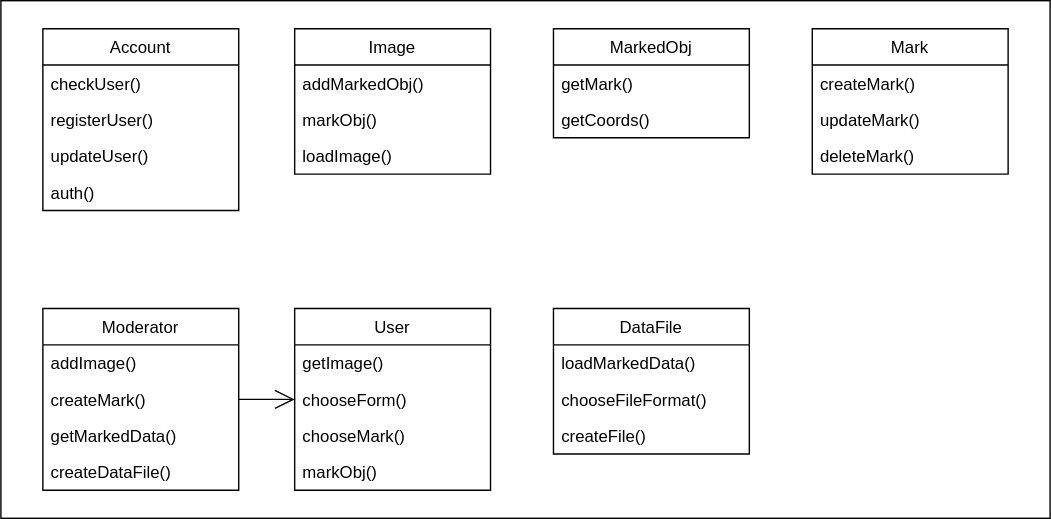
Earlier version of the draw.io export imgs/uml_bl.svg (SweetBloody/bmstu_ppo). Source tidied: cells renumbered, new cells last; positions are measured from the earlier drawing's top-left corner, leaving out a move shared by most shapes. Source of this version:
```xml
<mxGraphModel>
  <root>
    <mxCell id="0" />
    <mxCell id="1" parent="0" />
    <mxCell id="2" style="rounded=0;whiteSpace=wrap;html=1;" parent="1" vertex="1">
      <mxGeometry width="750" height="370" as="geometry" />
    </mxCell>
    <mxCell id="3" value="Account" style="swimlane;fontStyle=0;horizontal=1;startSize=26;fillColor=none;" parent="1" vertex="1">
      <mxGeometry x="30" y="20" width="140" height="130" as="geometry" />
    </mxCell>
    <mxCell id="4" value="checkUser()" style="text;strokeColor=none;fillColor=none;align=left;verticalAlign=top;spacingLeft=4;spacingRight=4;overflow=hidden;" parent="3" vertex="1">
      <mxGeometry y="26" width="140" height="26" as="geometry" />
    </mxCell>
    <mxCell id="5" value="registerUser()" style="text;strokeColor=none;fillColor=none;align=left;verticalAlign=top;spacingLeft=4;spacingRight=4;overflow=hidden;" parent="3" vertex="1">
      <mxGeometry y="52" width="140" height="26" as="geometry" />
    </mxCell>
    <mxCell id="6" value="updateUser()" style="text;strokeColor=none;fillColor=none;align=left;verticalAlign=top;spacingLeft=4;spacingRight=4;overflow=hidden;" parent="3" vertex="1">
      <mxGeometry y="78" width="140" height="26" as="geometry" />
    </mxCell>
    <mxCell id="7" value="auth()" style="text;strokeColor=none;fillColor=none;align=left;verticalAlign=top;spacingLeft=4;spacingRight=4;overflow=hidden;" parent="3" vertex="1">
      <mxGeometry y="104" width="140" height="26" as="geometry" />
    </mxCell>
    <mxCell id="8" value="Moderator" style="swimlane;fontStyle=0;horizontal=1;startSize=26;fillColor=none;" parent="1" vertex="1">
      <mxGeometry x="30" y="220" width="140" height="130" as="geometry" />
    </mxCell>
    <mxCell id="9" value="addImage()" style="text;strokeColor=none;fillColor=none;align=left;verticalAlign=top;spacingLeft=4;spacingRight=4;overflow=hidden;" parent="8" vertex="1">
      <mxGeometry y="26" width="140" height="26" as="geometry" />
    </mxCell>
    <mxCell id="10" value="createMark()" style="text;strokeColor=none;fillColor=none;align=left;verticalAlign=top;spacingLeft=4;spacingRight=4;overflow=hidden;points=[[0,0.5],[1,0.5]];portConstraint=eastwest;" parent="8" vertex="1">
      <mxGeometry y="52" width="140" height="26" as="geometry" />
    </mxCell>
    <mxCell id="11" value="getMarkedData()" style="text;strokeColor=none;fillColor=none;align=left;verticalAlign=top;spacingLeft=4;spacingRight=4;overflow=hidden;" parent="8" vertex="1">
      <mxGeometry y="78" width="140" height="26" as="geometry" />
    </mxCell>
    <mxCell id="12" value="createDataFile()" style="text;strokeColor=none;fillColor=none;align=left;verticalAlign=top;spacingLeft=4;spacingRight=4;overflow=hidden;" parent="8" vertex="1">
      <mxGeometry y="104" width="140" height="26" as="geometry" />
    </mxCell>
    <mxCell id="13" value="User" style="swimlane;fontStyle=0;horizontal=1;startSize=26;fillColor=none;" parent="1" vertex="1">
      <mxGeometry x="210" y="220" width="140" height="130" as="geometry" />
    </mxCell>
    <mxCell id="14" value="getImage()" style="text;strokeColor=none;fillColor=none;align=left;verticalAlign=top;spacingLeft=4;spacingRight=4;overflow=hidden;" parent="13" vertex="1">
      <mxGeometry y="26" width="140" height="26" as="geometry" />
    </mxCell>
    <mxCell id="15" value="chooseForm()" style="text;strokeColor=none;fillColor=none;align=left;verticalAlign=top;spacingLeft=4;spacingRight=4;overflow=hidden;points=[[0,0.5],[1,0.5]];portConstraint=eastwest;" parent="13" vertex="1">
      <mxGeometry y="52" width="140" height="26" as="geometry" />
    </mxCell>
    <mxCell id="16" value="chooseMark()" style="text;strokeColor=none;fillColor=none;align=left;verticalAlign=top;spacingLeft=4;spacingRight=4;overflow=hidden;" parent="13" vertex="1">
      <mxGeometry y="78" width="140" height="26" as="geometry" />
    </mxCell>
    <mxCell id="17" value="markObj()" style="text;strokeColor=none;fillColor=none;align=left;verticalAlign=top;spacingLeft=4;spacingRight=4;overflow=hidden;" parent="13" vertex="1">
      <mxGeometry y="104" width="140" height="26" as="geometry" />
    </mxCell>
    <mxCell id="18" style="endArrow=open;endFill=1;endSize=12;html=1;rounded=0;exitX=1;exitY=0.5;exitDx=0;exitDy=0;entryX=0;entryY=0.5;entryDx=0;entryDy=0;" parent="1" edge="1" source="10" target="15">
      <mxGeometry relative="1" as="geometry" />
    </mxCell>
    <mxCell id="19" value="Image" style="swimlane;fontStyle=0;horizontal=1;startSize=26;fillColor=none;" parent="1" vertex="1">
      <mxGeometry x="210" y="20" width="140" height="104" as="geometry" />
    </mxCell>
    <mxCell id="20" value="addMarkedObj()" style="text;strokeColor=none;fillColor=none;align=left;verticalAlign=top;spacingLeft=4;spacingRight=4;overflow=hidden;" parent="19" vertex="1">
      <mxGeometry y="26" width="140" height="26" as="geometry" />
    </mxCell>
    <mxCell id="21" value="markObj()" style="text;strokeColor=none;fillColor=none;align=left;verticalAlign=top;spacingLeft=4;spacingRight=4;overflow=hidden;" parent="19" vertex="1">
      <mxGeometry y="52" width="140" height="26" as="geometry" />
    </mxCell>
    <mxCell id="22" value="loadImage()" style="text;strokeColor=none;fillColor=none;align=left;verticalAlign=top;spacingLeft=4;spacingRight=4;overflow=hidden;" parent="19" vertex="1">
      <mxGeometry y="78" width="140" height="26" as="geometry" />
    </mxCell>
    <mxCell id="23" value="MarkedObj" style="swimlane;fontStyle=0;horizontal=1;startSize=26;fillColor=none;" parent="1" vertex="1">
      <mxGeometry x="395" y="20" width="140" height="78" as="geometry" />
    </mxCell>
    <mxCell id="24" value="getMark()" style="text;strokeColor=none;fillColor=none;align=left;verticalAlign=top;spacingLeft=4;spacingRight=4;overflow=hidden;" parent="23" vertex="1">
      <mxGeometry y="26" width="140" height="26" as="geometry" />
    </mxCell>
    <mxCell id="25" value="getCoords()" style="text;strokeColor=none;fillColor=none;align=left;verticalAlign=top;spacingLeft=4;spacingRight=4;overflow=hidden;" parent="23" vertex="1">
      <mxGeometry y="52" width="140" height="26" as="geometry" />
    </mxCell>
    <mxCell id="26" value="DataFile" style="swimlane;fontStyle=0;horizontal=1;startSize=26;fillColor=none;" parent="1" vertex="1">
      <mxGeometry x="395" y="220" width="140" height="104" as="geometry" />
    </mxCell>
    <mxCell id="27" value="loadMarkedData()" style="text;strokeColor=none;fillColor=none;align=left;verticalAlign=top;spacingLeft=4;spacingRight=4;overflow=hidden;" parent="26" vertex="1">
      <mxGeometry y="26" width="140" height="26" as="geometry" />
    </mxCell>
    <mxCell id="28" value="chooseFileFormat()" style="text;strokeColor=none;fillColor=none;align=left;verticalAlign=top;spacingLeft=4;spacingRight=4;overflow=hidden;" parent="26" vertex="1">
      <mxGeometry y="52" width="140" height="26" as="geometry" />
    </mxCell>
    <mxCell id="29" value="createFile()" style="text;strokeColor=none;fillColor=none;align=left;verticalAlign=top;spacingLeft=4;spacingRight=4;overflow=hidden;" parent="26" vertex="1">
      <mxGeometry y="78" width="140" height="26" as="geometry" />
    </mxCell>
    <mxCell id="30" value="Mark" style="swimlane;fontStyle=0;horizontal=1;startSize=26;fillColor=none;" parent="1" vertex="1">
      <mxGeometry x="580" y="20" width="140" height="104" as="geometry" />
    </mxCell>
    <mxCell id="31" value="createMark()" style="text;strokeColor=none;fillColor=none;align=left;verticalAlign=top;spacingLeft=4;spacingRight=4;overflow=hidden;" parent="30" vertex="1">
      <mxGeometry y="26" width="140" height="26" as="geometry" />
    </mxCell>
    <mxCell id="32" value="updateMark()" style="text;strokeColor=none;fillColor=none;align=left;verticalAlign=top;spacingLeft=4;spacingRight=4;overflow=hidden;" parent="30" vertex="1">
      <mxGeometry y="52" width="140" height="26" as="geometry" />
    </mxCell>
    <mxCell id="33" value="deleteMark()" style="text;strokeColor=none;fillColor=none;align=left;verticalAlign=top;spacingLeft=4;spacingRight=4;overflow=hidden;" parent="30" vertex="1">
      <mxGeometry y="78" width="140" height="26" as="geometry" />
    </mxCell>
  </root>
</mxGraphModel>
```
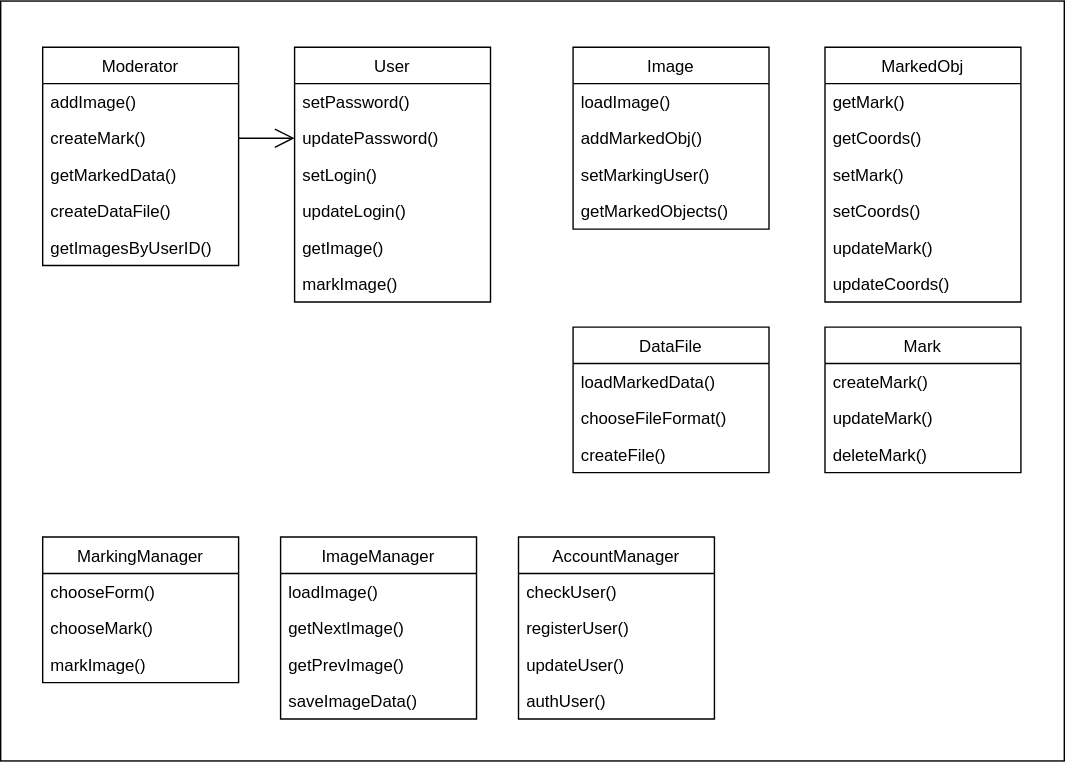
After the change.

What changed in the source:
```diff
@@ -3,10 +3,10 @@
     <mxCell id="0" />
     <mxCell id="1" parent="0" />
     <mxCell id="2" style="rounded=0;whiteSpace=wrap;html=1;" parent="1" vertex="1">
-      <mxGeometry width="750" height="370" as="geometry" />
+      <mxGeometry x="10" y="-53" width="760" height="543" as="geometry" />
     </mxCell>
-    <mxCell id="3" value="Account" style="swimlane;fontStyle=0;horizontal=1;startSize=26;fillColor=none;" parent="1" vertex="1">
-      <mxGeometry x="30" y="20" width="140" height="130" as="geometry" />
+    <mxCell id="3" value="AccountManager" style="swimlane;fontStyle=0;horizontal=1;startSize=26;fillColor=none;" parent="1" vertex="1">
+      <mxGeometry x="380" y="330" width="140" height="130" as="geometry" />
     </mxCell>
     <mxCell id="4" value="checkUser()" style="text;strokeColor=none;fillColor=none;align=left;verticalAlign=top;spacingLeft=4;spacingRight=4;overflow=hidden;" parent="3" vertex="1">
       <mxGeometry y="26" width="140" height="26" as="geometry" />
@@ -17,11 +17,11 @@
     <mxCell id="6" value="updateUser()" style="text;strokeColor=none;fillColor=none;align=left;verticalAlign=top;spacingLeft=4;spacingRight=4;overflow=hidden;" parent="3" vertex="1">
       <mxGeometry y="78" width="140" height="26" as="geometry" />
     </mxCell>
-    <mxCell id="7" value="auth()" style="text;strokeColor=none;fillColor=none;align=left;verticalAlign=top;spacingLeft=4;spacingRight=4;overflow=hidden;" parent="3" vertex="1">
+    <mxCell id="7" value="authUser()" style="text;strokeColor=none;fillColor=none;align=left;verticalAlign=top;spacingLeft=4;spacingRight=4;overflow=hidden;" parent="3" vertex="1">
       <mxGeometry y="104" width="140" height="26" as="geometry" />
     </mxCell>
     <mxCell id="8" value="Moderator" style="swimlane;fontStyle=0;horizontal=1;startSize=26;fillColor=none;" parent="1" vertex="1">
-      <mxGeometry x="30" y="220" width="140" height="130" as="geometry" />
+      <mxGeometry x="40" y="-20" width="140" height="156" as="geometry" />
     </mxCell>
     <mxCell id="9" value="addImage()" style="text;strokeColor=none;fillColor=none;align=left;verticalAlign=top;spacingLeft=4;spacingRight=4;overflow=hidden;" parent="8" vertex="1">
       <mxGeometry y="26" width="140" height="26" as="geometry" />
@@ -35,38 +35,50 @@
     <mxCell id="12" value="createDataFile()" style="text;strokeColor=none;fillColor=none;align=left;verticalAlign=top;spacingLeft=4;spacingRight=4;overflow=hidden;" parent="8" vertex="1">
       <mxGeometry y="104" width="140" height="26" as="geometry" />
     </mxCell>
+    <mxCell id="34" value="getImagesByUserID()" style="text;strokeColor=none;fillColor=none;align=left;verticalAlign=top;spacingLeft=4;spacingRight=4;overflow=hidden;" parent="8" vertex="1">
+      <mxGeometry y="130" width="140" height="26" as="geometry" />
+    </mxCell>
     <mxCell id="13" value="User" style="swimlane;fontStyle=0;horizontal=1;startSize=26;fillColor=none;" parent="1" vertex="1">
-      <mxGeometry x="210" y="220" width="140" height="130" as="geometry" />
+      <mxGeometry x="220" y="-20" width="140" height="182" as="geometry" />
     </mxCell>
+    <mxCell id="35" value="setPassword()" style="text;strokeColor=none;fillColor=none;align=left;verticalAlign=top;spacingLeft=4;spacingRight=4;overflow=hidden;" parent="13" vertex="1">
+      <mxGeometry y="26" width="140" height="26" as="geometry" />
+    </mxCell>
+    <mxCell id="36" value="updatePassword()" style="text;strokeColor=none;fillColor=none;align=left;verticalAlign=top;spacingLeft=4;spacingRight=4;overflow=hidden;points=[[0,0.5],[1,0.5]];portConstraint=eastwest;" parent="13" vertex="1">
+      <mxGeometry y="52" width="140" height="26" as="geometry" />
+    </mxCell>
+    <mxCell id="37" value="setLogin()" style="text;strokeColor=none;fillColor=none;align=left;verticalAlign=top;spacingLeft=4;spacingRight=4;overflow=hidden;" parent="13" vertex="1">
+      <mxGeometry y="78" width="140" height="26" as="geometry" />
+    </mxCell>
+    <mxCell id="38" value="updateLogin()" style="text;strokeColor=none;fillColor=none;align=left;verticalAlign=top;spacingLeft=4;spacingRight=4;overflow=hidden;" parent="13" vertex="1">
+      <mxGeometry y="104" width="140" height="26" as="geometry" />
+    </mxCell>
     <mxCell id="14" value="getImage()" style="text;strokeColor=none;fillColor=none;align=left;verticalAlign=top;spacingLeft=4;spacingRight=4;overflow=hidden;" parent="13" vertex="1">
-      <mxGeometry y="26" width="140" height="26" as="geometry" />
+      <mxGeometry y="130" width="140" height="26" as="geometry" />
     </mxCell>
-    <mxCell id="15" value="chooseForm()" style="text;strokeColor=none;fillColor=none;align=left;verticalAlign=top;spacingLeft=4;spacingRight=4;overflow=hidden;points=[[0,0.5],[1,0.5]];portConstraint=eastwest;" parent="13" vertex="1">
-      <mxGeometry y="52" width="140" height="26" as="geometry" />
+    <mxCell id="15" value="markImage()" style="text;strokeColor=none;fillColor=none;align=left;verticalAlign=top;spacingLeft=4;spacingRight=4;overflow=hidden;points=[[0,0.5],[1,0.5]];portConstraint=eastwest;" parent="13" vertex="1">
+      <mxGeometry y="156" width="140" height="26" as="geometry" />
     </mxCell>
-    <mxCell id="16" value="chooseMark()" style="text;strokeColor=none;fillColor=none;align=left;verticalAlign=top;spacingLeft=4;spacingRight=4;overflow=hidden;" parent="13" vertex="1">
-      <mxGeometry y="78" width="140" height="26" as="geometry" />
-    </mxCell>
-    <mxCell id="17" value="markObj()" style="text;strokeColor=none;fillColor=none;align=left;verticalAlign=top;spacingLeft=4;spacingRight=4;overflow=hidden;" parent="13" vertex="1">
-      <mxGeometry y="104" width="140" height="26" as="geometry" />
-    </mxCell>
-    <mxCell id="18" style="endArrow=open;endFill=1;endSize=12;html=1;rounded=0;exitX=1;exitY=0.5;exitDx=0;exitDy=0;entryX=0;entryY=0.5;entryDx=0;entryDy=0;" parent="1" edge="1" source="10" target="15">
+    <mxCell id="18" style="endArrow=open;endFill=1;endSize=12;html=1;rounded=0;exitX=1;exitY=0.5;exitDx=0;exitDy=0;entryX=0;entryY=0.5;entryDx=0;entryDy=0;" parent="1" edge="1" source="10" target="36">
       <mxGeometry relative="1" as="geometry" />
     </mxCell>
     <mxCell id="19" value="Image" style="swimlane;fontStyle=0;horizontal=1;startSize=26;fillColor=none;" parent="1" vertex="1">
-      <mxGeometry x="210" y="20" width="140" height="104" as="geometry" />
+      <mxGeometry x="419" y="-20" width="140" height="130" as="geometry" />
     </mxCell>
+    <mxCell id="39" value="loadImage()" style="text;strokeColor=none;fillColor=none;align=left;verticalAlign=top;spacingLeft=4;spacingRight=4;overflow=hidden;" parent="19" vertex="1">
+      <mxGeometry y="26" width="140" height="26" as="geometry" />
+    </mxCell>
     <mxCell id="20" value="addMarkedObj()" style="text;strokeColor=none;fillColor=none;align=left;verticalAlign=top;spacingLeft=4;spacingRight=4;overflow=hidden;" parent="19" vertex="1">
-      <mxGeometry y="26" width="140" height="26" as="geometry" />
+      <mxGeometry y="52" width="140" height="26" as="geometry" />
     </mxCell>
-    <mxCell id="21" value="markObj()" style="text;strokeColor=none;fillColor=none;align=left;verticalAlign=top;spacingLeft=4;spacingRight=4;overflow=hidden;" parent="19" vertex="1">
-      <mxGeometry y="52" width="140" height="26" as="geometry" />
-    </mxCell>
-    <mxCell id="22" value="loadImage()" style="text;strokeColor=none;fillColor=none;align=left;verticalAlign=top;spacingLeft=4;spacingRight=4;overflow=hidden;" parent="19" vertex="1">
+    <mxCell id="22" value="setMarkingUser()" style="text;strokeColor=none;fillColor=none;align=left;verticalAlign=top;spacingLeft=4;spacingRight=4;overflow=hidden;" parent="19" vertex="1">
       <mxGeometry y="78" width="140" height="26" as="geometry" />
     </mxCell>
+    <mxCell id="40" value="getMarkedObjects()" style="text;strokeColor=none;fillColor=none;align=left;verticalAlign=top;spacingLeft=4;spacingRight=4;overflow=hidden;" parent="19" vertex="1">
+      <mxGeometry y="104" width="140" height="26" as="geometry" />
+    </mxCell>
     <mxCell id="23" value="MarkedObj" style="swimlane;fontStyle=0;horizontal=1;startSize=26;fillColor=none;" parent="1" vertex="1">
-      <mxGeometry x="395" y="20" width="140" height="78" as="geometry" />
+      <mxGeometry x="599" y="-20" width="140" height="182" as="geometry" />
     </mxCell>
     <mxCell id="24" value="getMark()" style="text;strokeColor=none;fillColor=none;align=left;verticalAlign=top;spacingLeft=4;spacingRight=4;overflow=hidden;" parent="23" vertex="1">
       <mxGeometry y="26" width="140" height="26" as="geometry" />
@@ -74,8 +86,20 @@
     <mxCell id="25" value="getCoords()" style="text;strokeColor=none;fillColor=none;align=left;verticalAlign=top;spacingLeft=4;spacingRight=4;overflow=hidden;" parent="23" vertex="1">
       <mxGeometry y="52" width="140" height="26" as="geometry" />
     </mxCell>
+    <mxCell id="41" value="setMark()" style="text;strokeColor=none;fillColor=none;align=left;verticalAlign=top;spacingLeft=4;spacingRight=4;overflow=hidden;" parent="23" vertex="1">
+      <mxGeometry y="78" width="140" height="26" as="geometry" />
+    </mxCell>
+    <mxCell id="42" value="setCoords()" style="text;strokeColor=none;fillColor=none;align=left;verticalAlign=top;spacingLeft=4;spacingRight=4;overflow=hidden;" parent="23" vertex="1">
+      <mxGeometry y="104" width="140" height="26" as="geometry" />
+    </mxCell>
+    <mxCell id="43" value="updateMark()" style="text;strokeColor=none;fillColor=none;align=left;verticalAlign=top;spacingLeft=4;spacingRight=4;overflow=hidden;" parent="23" vertex="1">
+      <mxGeometry y="130" width="140" height="26" as="geometry" />
+    </mxCell>
+    <mxCell id="44" value="updateCoords()" style="text;strokeColor=none;fillColor=none;align=left;verticalAlign=top;spacingLeft=4;spacingRight=4;overflow=hidden;" parent="23" vertex="1">
+      <mxGeometry y="156" width="140" height="26" as="geometry" />
+    </mxCell>
     <mxCell id="26" value="DataFile" style="swimlane;fontStyle=0;horizontal=1;startSize=26;fillColor=none;" parent="1" vertex="1">
-      <mxGeometry x="395" y="220" width="140" height="104" as="geometry" />
+      <mxGeometry x="419" y="180" width="140" height="104" as="geometry" />
     </mxCell>
     <mxCell id="27" value="loadMarkedData()" style="text;strokeColor=none;fillColor=none;align=left;verticalAlign=top;spacingLeft=4;spacingRight=4;overflow=hidden;" parent="26" vertex="1">
       <mxGeometry y="26" width="140" height="26" as="geometry" />
@@ -87,7 +111,7 @@
       <mxGeometry y="78" width="140" height="26" as="geometry" />
     </mxCell>
     <mxCell id="30" value="Mark" style="swimlane;fontStyle=0;horizontal=1;startSize=26;fillColor=none;" parent="1" vertex="1">
-      <mxGeometry x="580" y="20" width="140" height="104" as="geometry" />
+      <mxGeometry x="599" y="180" width="140" height="104" as="geometry" />
     </mxCell>
     <mxCell id="31" value="createMark()" style="text;strokeColor=none;fillColor=none;align=left;verticalAlign=top;spacingLeft=4;spacingRight=4;overflow=hidden;" parent="30" vertex="1">
       <mxGeometry y="26" width="140" height="26" as="geometry" />
@@ -98,5 +122,32 @@
     <mxCell id="33" value="deleteMark()" style="text;strokeColor=none;fillColor=none;align=left;verticalAlign=top;spacingLeft=4;spacingRight=4;overflow=hidden;" parent="30" vertex="1">
       <mxGeometry y="78" width="140" height="26" as="geometry" />
     </mxCell>
+    <mxCell id="45" value="MarkingManager" style="swimlane;fontStyle=0;horizontal=1;startSize=26;fillColor=none;" parent="1" vertex="1">
+      <mxGeometry x="40" y="330" width="140" height="104" as="geometry" />
+    </mxCell>
+    <mxCell id="46" value="chooseForm()" style="text;strokeColor=none;fillColor=none;align=left;verticalAlign=top;spacingLeft=4;spacingRight=4;overflow=hidden;" parent="45" vertex="1">
+      <mxGeometry y="26" width="140" height="26" as="geometry" />
+    </mxCell>
+    <mxCell id="16" value="chooseMark()" style="text;strokeColor=none;fillColor=none;align=left;verticalAlign=top;spacingLeft=4;spacingRight=4;overflow=hidden;" parent="45" vertex="1">
+      <mxGeometry y="52" width="140" height="26" as="geometry" />
+    </mxCell>
+    <mxCell id="47" value="markImage()" style="text;strokeColor=none;fillColor=none;align=left;verticalAlign=top;spacingLeft=4;spacingRight=4;overflow=hidden;" parent="45" vertex="1">
+      <mxGeometry y="78" width="140" height="26" as="geometry" />
+    </mxCell>
+    <mxCell id="48" value="ImageManager" style="swimlane;fontStyle=0;horizontal=1;startSize=26;fillColor=none;" parent="1" vertex="1">
+      <mxGeometry x="210" y="330" width="140" height="130" as="geometry" />
+    </mxCell>
+    <mxCell id="49" value="loadImage()" style="text;strokeColor=none;fillColor=none;align=left;verticalAlign=top;spacingLeft=4;spacingRight=4;overflow=hidden;" parent="48" vertex="1">
+      <mxGeometry y="26" width="140" height="26" as="geometry" />
+    </mxCell>
+    <mxCell id="50" value="getNextImage()" style="text;strokeColor=none;fillColor=none;align=left;verticalAlign=top;spacingLeft=4;spacingRight=4;overflow=hidden;" parent="48" vertex="1">
+      <mxGeometry y="52" width="140" height="26" as="geometry" />
+    </mxCell>
+    <mxCell id="51" value="getPrevImage()" style="text;strokeColor=none;fillColor=none;align=left;verticalAlign=top;spacingLeft=4;spacingRight=4;overflow=hidden;" parent="48" vertex="1">
+      <mxGeometry y="78" width="140" height="26" as="geometry" />
+    </mxCell>
+    <mxCell id="52" value="saveImageData()" style="text;strokeColor=none;fillColor=none;align=left;verticalAlign=top;spacingLeft=4;spacingRight=4;overflow=hidden;" parent="48" vertex="1">
+      <mxGeometry y="104" width="140" height="26" as="geometry" />
+    </mxCell>
   </root>
 </mxGraphModel>
```
